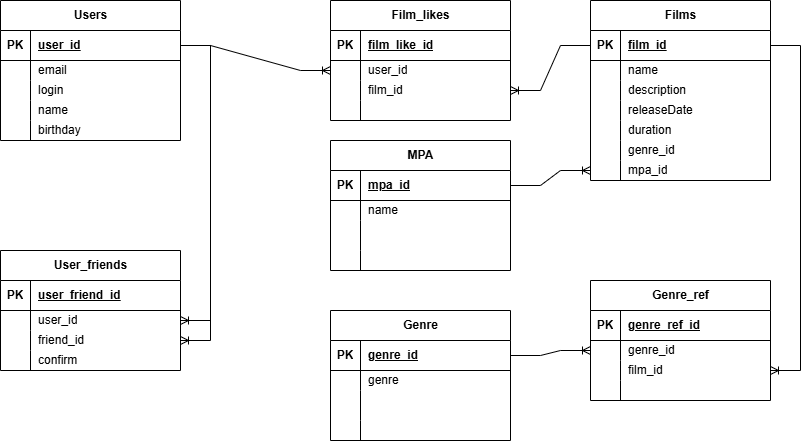
Before: src/main/resources/DB_Scheme.png, a diagram exported from draw.io (jaidnavi/java-filmorate). Source tidied: cells renumbered, new cells last; positions are measured from the earlier drawing's top-left corner, leaving out a move shared by most shapes.
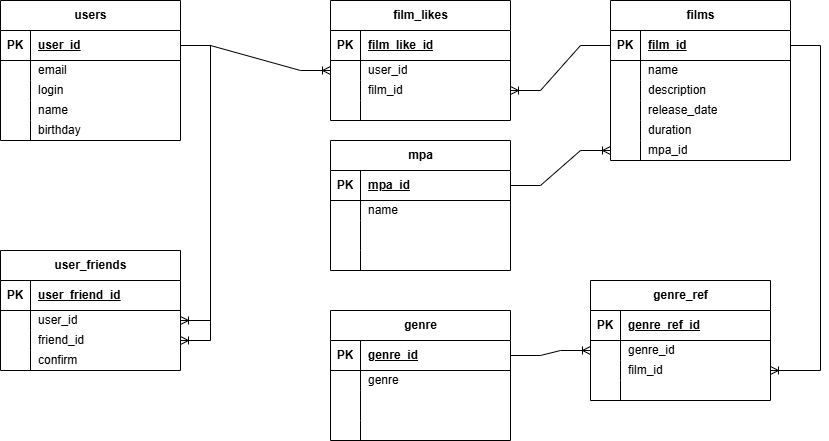
After the commit.

Commit message:
feat: исправление замечаний от ревьювера

The edit, as a diff of the source:
```diff
@@ -2,7 +2,7 @@
   <root>
     <mxCell id="0" />
     <mxCell id="1" value="Основа" parent="0" />
-    <mxCell id="2" value="User_friends" style="shape=table;startSize=30;rowLines=0;fontStyle=1;align=center;html=1;" parent="1" vertex="1">
+    <mxCell id="2" value="user_friends" style="shape=table;startSize=30;rowLines=0;fontStyle=1;align=center;html=1;" parent="1" vertex="1">
       <mxGeometry y="250" width="180" height="120" as="geometry" />
     </mxCell>
     <mxCell id="3" style="shape=tableRow;horizontal=0;startSize=0;swimlaneHead=0;swimlaneBody=0;fillColor=none;top=0;left=0;right=0;bottom=1;" parent="2" vertex="1">
@@ -41,7 +41,7 @@
     <mxCell id="14" value="confirm" style="shape=partialRectangle;fillColor=none;top=0;left=0;bottom=0;right=0;align=left;spacingLeft=6;overflow=hidden;whiteSpace=wrap;html=1;" parent="12" vertex="1">
       <mxGeometry x="30" width="150" height="20" as="geometry" />
     </mxCell>
-    <mxCell id="15" value="Users" style="shape=table;startSize=30;rowLines=0;fontStyle=1;align=center;html=1;" parent="1" vertex="1">
+    <mxCell id="15" value="users" style="shape=table;startSize=30;rowLines=0;fontStyle=1;align=center;html=1;" parent="1" vertex="1">
       <mxGeometry width="180" height="140" as="geometry" />
     </mxCell>
     <mxCell id="16" style="shape=tableRow;horizontal=0;startSize=0;swimlaneHead=0;swimlaneBody=0;fillColor=none;points=[[0,0.5],[1,0.5]];portConstraint=eastwest;top=0;left=0;right=0;bottom=1;" parent="15" vertex="1">
@@ -95,7 +95,7 @@
     <mxCell id="32" style="edgeStyle=entityRelationEdgeStyle;fontSize=12;html=1;endArrow=ERoneToMany;rounded=0;exitX=1;exitY=0.5;exitDx=0;exitDy=0;" parent="1" edge="1" source="16" target="9">
       <mxGeometry relative="1" as="geometry" />
     </mxCell>
-    <mxCell id="33" value="Genre" style="shape=table;startSize=30;rowLines=0;fontStyle=1;align=center;html=1;" parent="1" vertex="1">
+    <mxCell id="33" value="genre" style="shape=table;startSize=30;rowLines=0;fontStyle=1;align=center;html=1;" parent="1" vertex="1">
       <mxGeometry x="330" y="310" width="180" height="130" as="geometry" />
     </mxCell>
     <mxCell id="34" style="shape=tableRow;horizontal=0;startSize=0;swimlaneHead=0;swimlaneBody=0;fillColor=none;points=[[0,0.5],[1,0.5]];portConstraint=eastwest;top=0;left=0;right=0;bottom=1;" parent="33" vertex="1">
@@ -134,7 +134,7 @@
     <mxCell id="45" style="shape=partialRectangle;fillColor=none;top=0;left=0;bottom=0;right=0;align=left;spacingLeft=6;overflow=hidden;whiteSpace=wrap;html=1;" parent="43" vertex="1">
       <mxGeometry x="30" width="150" height="20" as="geometry" />
     </mxCell>
-    <mxCell id="46" value="Genre_ref" style="shape=table;startSize=30;rowLines=0;fontStyle=1;align=center;html=1;" parent="1" vertex="1">
+    <mxCell id="46" value="genre_ref" style="shape=table;startSize=30;rowLines=0;fontStyle=1;align=center;html=1;" parent="1" vertex="1">
       <mxGeometry x="590" y="280" width="180" height="120" as="geometry" />
     </mxCell>
     <mxCell id="47" style="shape=tableRow;horizontal=0;startSize=0;swimlaneHead=0;swimlaneBody=0;fillColor=none;top=0;left=0;right=0;bottom=1;" parent="46" vertex="1">
@@ -176,8 +176,8 @@
     <mxCell id="59" style="edgeStyle=entityRelationEdgeStyle;fontSize=12;html=1;endArrow=ERoneToMany;rounded=0;" parent="1" edge="1" source="34" target="50">
       <mxGeometry relative="1" as="geometry" />
     </mxCell>
-    <mxCell id="60" value="Films" style="shape=table;startSize=30;rowLines=0;fontStyle=1;align=center;html=1;" parent="1" vertex="1">
-      <mxGeometry x="590" width="180" height="180" as="geometry" />
+    <mxCell id="60" value="films" style="shape=table;startSize=30;rowLines=0;fontStyle=1;align=center;html=1;" parent="1" vertex="1">
+      <mxGeometry x="610" width="180" height="160" as="geometry" />
     </mxCell>
     <mxCell id="61" style="shape=tableRow;horizontal=0;startSize=0;swimlaneHead=0;swimlaneBody=0;fillColor=none;points=[[0,0.5],[1,0.5]];portConstraint=eastwest;top=0;left=0;right=0;bottom=1;" parent="60" vertex="1">
       <mxGeometry y="30" width="180" height="30" as="geometry" />
@@ -212,7 +212,7 @@
     <mxCell id="71" style="shape=partialRectangle;fillColor=none;top=0;left=0;bottom=0;right=0;overflow=hidden;whiteSpace=wrap;html=1;" parent="70" vertex="1">
       <mxGeometry width="30" height="20" as="geometry" />
     </mxCell>
-    <mxCell id="72" value="releaseDate" style="shape=partialRectangle;fillColor=none;top=0;left=0;bottom=0;right=0;align=left;spacingLeft=6;overflow=hidden;whiteSpace=wrap;html=1;" parent="70" vertex="1">
+    <mxCell id="72" value="release_date" style="shape=partialRectangle;fillColor=none;top=0;left=0;bottom=0;right=0;align=left;spacingLeft=6;overflow=hidden;whiteSpace=wrap;html=1;" parent="70" vertex="1">
       <mxGeometry x="30" width="150" height="20" as="geometry" />
     </mxCell>
     <mxCell id="73" style="shape=tableRow;horizontal=0;startSize=0;swimlaneHead=0;swimlaneBody=0;fillColor=none;top=0;left=0;right=0;bottom=0;" parent="60" vertex="1">
@@ -230,22 +230,13 @@
     <mxCell id="77" style="shape=partialRectangle;fillColor=none;top=0;left=0;bottom=0;right=0;overflow=hidden;whiteSpace=wrap;html=1;" parent="76" vertex="1">
       <mxGeometry width="30" height="20" as="geometry" />
     </mxCell>
-    <mxCell id="78" value="genre_id" style="shape=partialRectangle;fillColor=none;top=0;left=0;bottom=0;right=0;align=left;spacingLeft=6;overflow=hidden;whiteSpace=wrap;html=1;" parent="76" vertex="1">
+    <mxCell id="78" value="mpa_id" style="shape=partialRectangle;fillColor=none;top=0;left=0;bottom=0;right=0;align=left;spacingLeft=6;overflow=hidden;whiteSpace=wrap;html=1;" parent="76" vertex="1">
       <mxGeometry x="30" width="150" height="20" as="geometry" />
     </mxCell>
-    <mxCell id="79" style="shape=tableRow;horizontal=0;startSize=0;swimlaneHead=0;swimlaneBody=0;fillColor=none;points=[[0,0.5],[1,0.5]];portConstraint=eastwest;top=0;left=0;right=0;bottom=0;" parent="60" vertex="1">
-      <mxGeometry y="160" width="180" height="20" as="geometry" />
-    </mxCell>
-    <mxCell id="80" style="shape=partialRectangle;fillColor=none;top=0;left=0;bottom=0;right=0;overflow=hidden;whiteSpace=wrap;html=1;" parent="79" vertex="1">
-      <mxGeometry width="30" height="20" as="geometry" />
-    </mxCell>
-    <mxCell id="81" value="mpa_id" style="shape=partialRectangle;fillColor=none;top=0;left=0;bottom=0;right=0;align=left;spacingLeft=6;overflow=hidden;whiteSpace=wrap;html=1;" parent="79" vertex="1">
-      <mxGeometry x="30" width="150" height="20" as="geometry" />
-    </mxCell>
     <mxCell id="82" style="edgeStyle=entityRelationEdgeStyle;fontSize=12;html=1;endArrow=ERoneToMany;rounded=0;" parent="1" edge="1" source="61" target="53">
       <mxGeometry relative="1" as="geometry" />
     </mxCell>
-    <mxCell id="83" value="Film_likes" style="shape=table;startSize=30;rowLines=0;fontStyle=1;align=center;html=1;" parent="1" vertex="1">
+    <mxCell id="83" value="film_likes" style="shape=table;startSize=30;rowLines=0;fontStyle=1;align=center;html=1;" parent="1" vertex="1">
       <mxGeometry x="330" width="180" height="120" as="geometry" />
     </mxCell>
     <mxCell id="84" style="shape=tableRow;horizontal=0;startSize=0;swimlaneHead=0;swimlaneBody=0;fillColor=none;top=0;left=0;right=0;bottom=1;" parent="83" vertex="1">
@@ -290,7 +281,7 @@
     <mxCell id="97" style="edgeStyle=entityRelationEdgeStyle;fontSize=12;html=1;endArrow=ERoneToMany;rounded=0;" parent="1" edge="1" source="16" target="87">
       <mxGeometry relative="1" as="geometry" />
     </mxCell>
-    <mxCell id="98" value="MPA" style="shape=table;startSize=30;rowLines=0;fontStyle=1;align=center;html=1;" parent="1" vertex="1">
+    <mxCell id="98" value="mpa" style="shape=table;startSize=30;rowLines=0;fontStyle=1;align=center;html=1;" parent="1" vertex="1">
       <mxGeometry x="330" y="140" width="180" height="130" as="geometry" />
     </mxCell>
     <mxCell id="99" style="shape=tableRow;horizontal=0;startSize=0;swimlaneHead=0;swimlaneBody=0;fillColor=none;points=[[0,0.5],[1,0.5]];portConstraint=eastwest;top=0;left=0;right=0;bottom=1;" parent="98" vertex="1">
@@ -329,7 +320,7 @@
     <mxCell id="110" style="shape=partialRectangle;fillColor=none;top=0;left=0;bottom=0;right=0;align=left;spacingLeft=6;overflow=hidden;whiteSpace=wrap;html=1;" parent="108" vertex="1">
       <mxGeometry x="30" width="150" height="20" as="geometry" />
     </mxCell>
-    <mxCell id="111" style="edgeStyle=entityRelationEdgeStyle;fontSize=12;html=1;endArrow=ERoneToMany;rounded=0;" parent="1" edge="1" source="99" target="79">
+    <mxCell id="111" style="edgeStyle=entityRelationEdgeStyle;fontSize=12;html=1;endArrow=ERoneToMany;rounded=0;" parent="1" edge="1" source="99" target="76">
       <mxGeometry relative="1" as="geometry" />
     </mxCell>
     <mxCell id="112" value="Фон" parent="0" />
```
